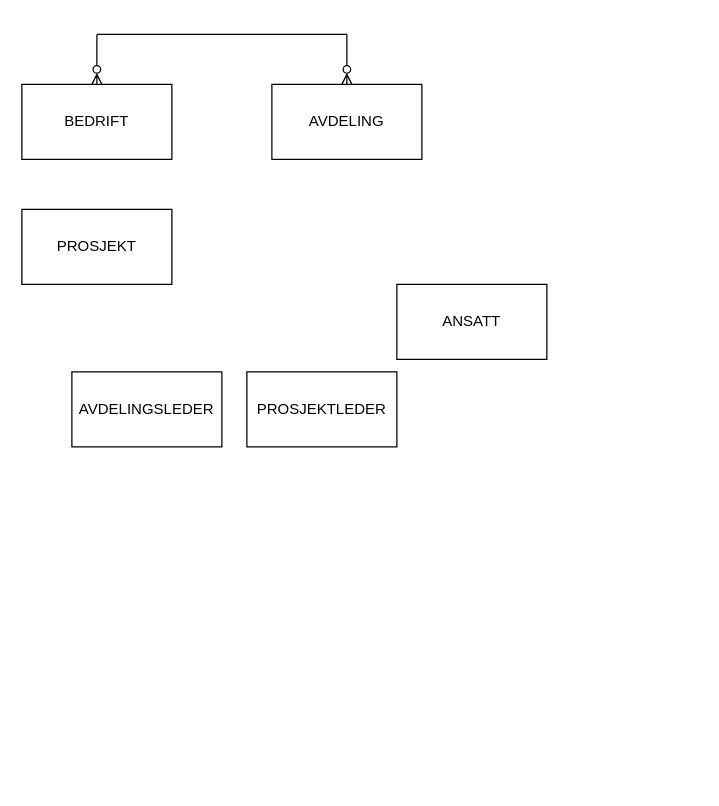
angeclara/ER101 keeps this draw.io diagram as page "Page-2" (2 of 2) of kurs.drawio. Above is the earlier version. Source tidied: cells renumbered, new cells numbered last; positions are measured from the earlier drawing's top-left corner, leaving out a move shared by most shapes. Both pictures are drawn from the tidied source at 125%, with x=0, y=0 at pixel (21, 34).
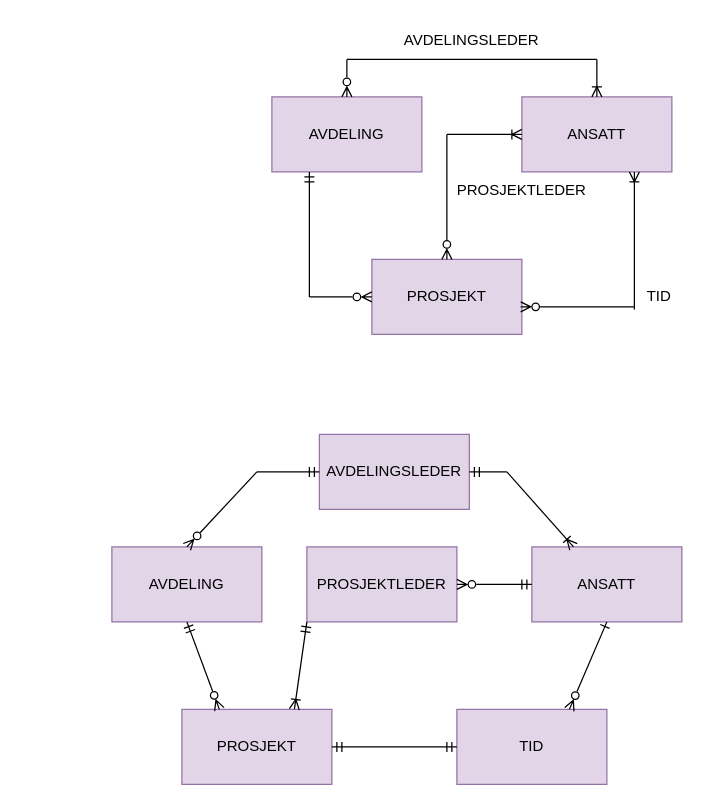
Above is the later version.

What changed in the source:
```diff
@@
-    <mxCell id="2" value="BEDRIFT" style="rounded=0;whiteSpace=wrap;html=1;" parent="1" vertex="1">
-      <mxGeometry y="40" width="120" height="60" as="geometry" />
+    <mxCell id="2" value="AVDELING" style="rounded=0;whiteSpace=wrap;html=1;fillColor=#e1d5e7;strokeColor=#9673a6;" parent="1" vertex="1">
+      <mxGeometry x="200" y="50" width="120" height="60" as="geometry" />
     </mxCell>
-    <mxCell id="3" value="AVDELING" style="rounded=0;whiteSpace=wrap;html=1;" parent="1" vertex="1">
-      <mxGeometry x="200" y="40" width="120" height="60" as="geometry" />
+    <mxCell id="3" value="ANSATT" style="rounded=0;whiteSpace=wrap;html=1;fillColor=#e1d5e7;strokeColor=#9673a6;" parent="1" vertex="1">
+      <mxGeometry x="400" y="50" width="120" height="60" as="geometry" />
     </mxCell>
-    <mxCell id="4" value="PROSJEKT" style="rounded=0;whiteSpace=wrap;html=1;" parent="1" vertex="1">
-      <mxGeometry y="140" width="120" height="60" as="geometry" />
+    <mxCell id="4" value="PROSJEKT" style="rounded=0;whiteSpace=wrap;html=1;fillColor=#e1d5e7;strokeColor=#9673a6;" parent="1" vertex="1">
+      <mxGeometry x="280" y="180" width="120" height="60" as="geometry" />
     </mxCell>
-    <mxCell id="5" value="PROSJEKTLEDER" style="rounded=0;whiteSpace=wrap;html=1;" parent="1" vertex="1">
-      <mxGeometry x="180" y="270" width="120" height="60" as="geometry" />
+    <mxCell id="5" value="TID" style="rounded=0;whiteSpace=wrap;html=1;fillColor=#e1d5e7;strokeColor=#9673a6;" parent="1" vertex="1">
+      <mxGeometry x="348" y="540" width="120" height="60" as="geometry" />
     </mxCell>
-    <mxCell id="6" value="AVDELINGSLEDER" style="rounded=0;whiteSpace=wrap;html=1;" parent="1" vertex="1">
-      <mxGeometry x="40" y="270" width="120" height="60" as="geometry" />
+    <mxCell id="6" value="AVDELINGSLEDER" style="rounded=0;whiteSpace=wrap;html=1;fillColor=#e1d5e7;strokeColor=#9673a6;" parent="1" vertex="1">
+      <mxGeometry x="238" y="320" width="120" height="60" as="geometry" />
     </mxCell>
     <mxCell id="7" style="endArrow=none;html=1;rounded=0;exitX=0.5;exitY=0;exitDx=0;exitDy=0;startArrow=ERzeroToMany;startFill=0;" parent="1" edge="1" source="2">
       <mxGeometry relative="1" as="geometry">
-        <mxPoint x="60" as="targetPoint" />
+        <mxPoint x="260" y="20" as="targetPoint" />
       </mxGeometry>
     </mxCell>
     <mxCell id="8" style="endArrow=none;html=1;rounded=0;" parent="1" edge="1">
       <mxGeometry relative="1" as="geometry">
-        <mxPoint x="60" as="sourcePoint" />
-        <mxPoint x="260" as="targetPoint" />
+        <mxPoint x="260" y="20" as="sourcePoint" />
+        <mxPoint x="460" y="20" as="targetPoint" />
       </mxGeometry>
     </mxCell>
-    <mxCell id="9" style="endArrow=ERzeroToMany;html=1;rounded=0;startArrow=none;startFill=0;endFill=0;" parent="1" edge="1" target="3">
+    <mxCell id="9" style="endArrow=ERoneToMany;html=1;rounded=0;startArrow=none;startFill=0;endFill=0;" parent="1" edge="1" target="3">
       <mxGeometry relative="1" as="geometry">
-        <mxPoint x="260" as="sourcePoint" />
+        <mxPoint x="460" y="20" as="sourcePoint" />
       </mxGeometry>
     </mxCell>
+    <mxCell id="11" style="endArrow=none;html=1;rounded=0;exitX=0.25;exitY=1;exitDx=0;exitDy=0;startArrow=ERmandOne;startFill=0;" parent="1" edge="1" source="2">
+      <mxGeometry relative="1" as="geometry">
+        <mxPoint x="230" y="210" as="targetPoint" />
+      </mxGeometry>
+    </mxCell>
+    <mxCell id="12" style="endArrow=ERzeroToMany;html=1;rounded=0;entryX=0;entryY=0.5;entryDx=0;entryDy=0;endFill=0;" parent="1" edge="1" target="4">
+      <mxGeometry relative="1" as="geometry">
+        <mxPoint x="230" y="210" as="sourcePoint" />
+      </mxGeometry>
+    </mxCell>
+    <mxCell id="13" style="endArrow=none;html=1;rounded=0;exitX=0.75;exitY=1;exitDx=0;exitDy=0;startArrow=ERoneToMany;startFill=0;" parent="1" edge="1" source="3">
+      <mxGeometry relative="1" as="geometry">
+        <mxPoint x="490" y="220" as="targetPoint" />
+      </mxGeometry>
+    </mxCell>
+    <mxCell id="14" style="endArrow=none;html=1;rounded=0;startArrow=ERzeroToMany;startFill=0;exitX=0.992;exitY=0.633;exitDx=0;exitDy=0;exitPerimeter=0;" parent="1" edge="1" source="4">
+      <mxGeometry relative="1" as="geometry">
+        <mxPoint x="490" y="218" as="targetPoint" />
+      </mxGeometry>
+    </mxCell>
+    <mxCell id="15" value="AVDELING" style="rounded=0;whiteSpace=wrap;html=1;fillColor=#e1d5e7;strokeColor=#9673a6;" parent="1" vertex="1">
+      <mxGeometry x="72" y="410" width="120" height="60" as="geometry" />
+    </mxCell>
-    <mxCell id="10" value="ANSATT" style="rounded=0;whiteSpace=wrap;html=1;" parent="1" vertex="1">
-      <mxGeometry x="300" y="200" width="120" height="60" as="geometry" />
+    <mxCell id="10" value="ANSATT" style="rounded=0;whiteSpace=wrap;html=1;fillColor=#e1d5e7;strokeColor=#9673a6;" parent="1" vertex="1">
+      <mxGeometry x="408" y="410" width="120" height="60" as="geometry" />
     </mxCell>
+    <mxCell id="16" value="PROSJEKT" style="rounded=0;whiteSpace=wrap;html=1;fillColor=#e1d5e7;strokeColor=#9673a6;" parent="1" vertex="1">
+      <mxGeometry x="128" y="540" width="120" height="60" as="geometry" />
+    </mxCell>
+    <mxCell id="17" style="endArrow=none;html=1;rounded=0;exitX=0.5;exitY=0;exitDx=0;exitDy=0;startArrow=ERzeroToMany;startFill=0;" parent="1" edge="1" source="15">
+      <mxGeometry relative="1" as="geometry">
+        <mxPoint x="188" y="350" as="targetPoint" />
+      </mxGeometry>
+    </mxCell>
+    <mxCell id="18" style="endArrow=ERoneToMany;html=1;rounded=0;startArrow=none;startFill=0;endFill=0;" parent="1" edge="1" target="10">
+      <mxGeometry relative="1" as="geometry">
+        <mxPoint x="388" y="350" as="sourcePoint" />
+      </mxGeometry>
+    </mxCell>
+    <mxCell id="19" style="endArrow=ERzeroToMany;html=1;rounded=0;exitX=0.5;exitY=1;exitDx=0;exitDy=0;startArrow=ERone;startFill=0;entryX=0.75;entryY=0;entryDx=0;entryDy=0;endFill=0;" parent="1" edge="1" source="10" target="5">
+      <mxGeometry relative="1" as="geometry" />
+    </mxCell>
+    <mxCell id="20" style="endArrow=ERmandOne;html=1;rounded=0;entryX=0;entryY=0.5;entryDx=0;entryDy=0;endFill=0;" parent="1" edge="1" target="6">
+      <mxGeometry relative="1" as="geometry">
+        <mxPoint x="188" y="350" as="sourcePoint" />
+      </mxGeometry>
+    </mxCell>
+    <mxCell id="21" style="endArrow=none;html=1;rounded=0;exitX=1;exitY=0.5;exitDx=0;exitDy=0;startArrow=ERmandOne;startFill=0;" parent="1" edge="1" source="6">
+      <mxGeometry relative="1" as="geometry">
+        <mxPoint x="388" y="350" as="targetPoint" />
+      </mxGeometry>
+    </mxCell>
+    <mxCell id="22" style="endArrow=ERzeroToMany;html=1;rounded=0;exitX=0.5;exitY=1;exitDx=0;exitDy=0;entryX=0.25;entryY=0;entryDx=0;entryDy=0;endFill=0;startArrow=ERmandOne;startFill=0;" parent="1" edge="1" source="15" target="16">
+      <mxGeometry relative="1" as="geometry" />
+    </mxCell>
+    <mxCell id="23" style="endArrow=ERmandOne;html=1;rounded=0;entryX=0;entryY=0.5;entryDx=0;entryDy=0;exitX=1;exitY=0.5;exitDx=0;exitDy=0;endFill=0;startArrow=ERmandOne;startFill=0;" parent="1" edge="1" source="16" target="5">
+      <mxGeometry relative="1" as="geometry" />
+    </mxCell>
+    <mxCell id="24" style="endArrow=ERoneToMany;html=1;rounded=0;entryX=0;entryY=0.5;entryDx=0;entryDy=0;endFill=0;" parent="1" edge="1" target="3">
+      <mxGeometry relative="1" as="geometry">
+        <mxPoint x="340" y="80" as="sourcePoint" />
+      </mxGeometry>
+    </mxCell>
+    <mxCell id="25" style="endArrow=none;html=1;rounded=0;startArrow=ERzeroToMany;startFill=0;" parent="1" edge="1" source="4">
+      <mxGeometry relative="1" as="geometry">
+        <mxPoint x="340" y="80" as="targetPoint" />
+      </mxGeometry>
+    </mxCell>
+    <mxCell id="26" value="AVDELINGSLEDER" style="text;html=1;align=center;verticalAlign=middle;whiteSpace=wrap;rounded=0;" parent="1" vertex="1">
+      <mxGeometry x="305" y="-10" width="110" height="30" as="geometry" />
+    </mxCell>
+    <mxCell id="27" value="TID" style="text;html=1;align=center;verticalAlign=middle;whiteSpace=wrap;rounded=0;" parent="1" vertex="1">
+      <mxGeometry x="480" y="195" width="60" height="30" as="geometry" />
+    </mxCell>
+    <mxCell id="28" value="PROSJEKTLEDER" style="text;html=1;align=center;verticalAlign=middle;whiteSpace=wrap;rounded=0;" parent="1" vertex="1">
+      <mxGeometry x="350" y="110" width="100" height="30" as="geometry" />
+    </mxCell>
+    <mxCell id="29" value="PROSJEKTLEDER" style="rounded=0;whiteSpace=wrap;html=1;fillColor=#e1d5e7;strokeColor=#9673a6;" parent="1" vertex="1">
+      <mxGeometry x="228" y="410" width="120" height="60" as="geometry" />
+    </mxCell>
+    <mxCell id="30" style="endArrow=ERmandOne;html=1;rounded=0;entryX=0;entryY=0.5;entryDx=0;entryDy=0;exitX=1;exitY=0.5;exitDx=0;exitDy=0;endFill=0;startArrow=ERzeroToMany;startFill=0;" parent="1" edge="1" source="29" target="10">
+      <mxGeometry relative="1" as="geometry" />
+    </mxCell>
+    <mxCell id="31" style="endArrow=ERmandOne;html=1;rounded=0;entryX=0;entryY=1;entryDx=0;entryDy=0;exitX=0.75;exitY=0;exitDx=0;exitDy=0;endFill=0;startArrow=ERoneToMany;startFill=0;" parent="1" edge="1" source="16" target="29">
+      <mxGeometry relative="1" as="geometry" />
+    </mxCell>
```
